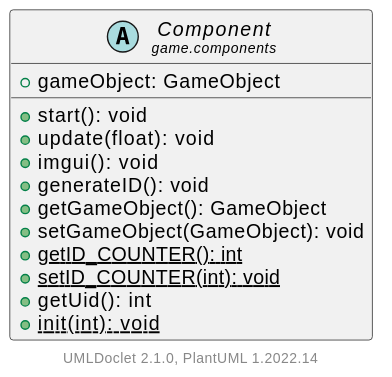
Hirschiii/JavaGameEngine keeps this PlantUML diagram as doc/javadoc/game/components/Component.svg. Above is the earlier version.
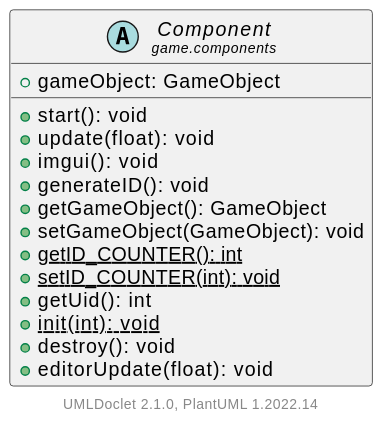
The same diagram one commit later.

Change to the diagram source:
```diff
@@ -15,6 +15,8 @@
         {static} +setID_COUNTER(int): void
         +getUid(): int
         {static} +init(int): void
+        +destroy(): void
+        +editorUpdate(float): void
     }
 
     center footer UMLDoclet 2.1.0, PlantUML %version()
```
